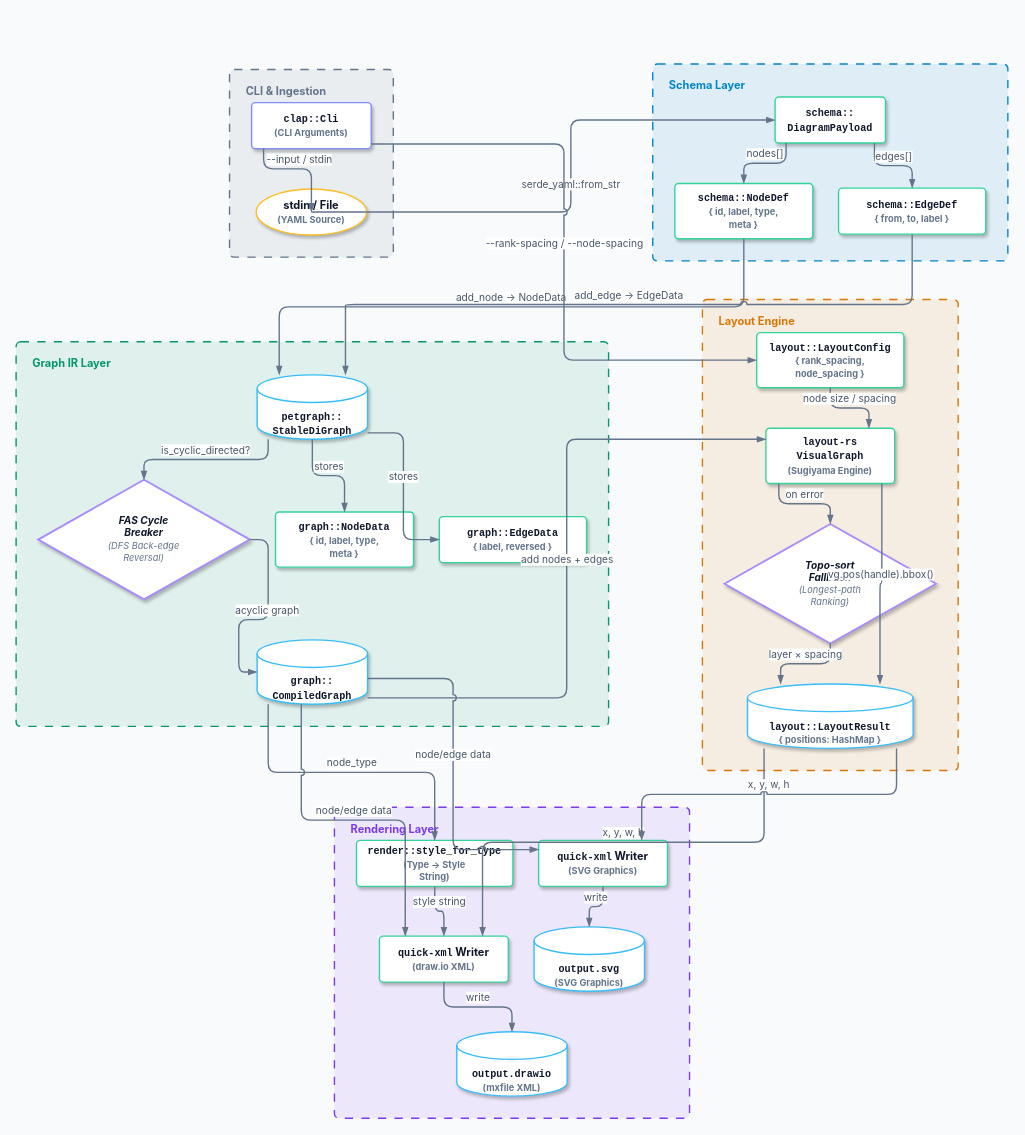
The draw.io diagram docs/lld.drawio in rg12301/rdg, before the edit. Source tidied: cells renumbered, new cells numbered last; positions are measured from the earlier drawing's top-left corner, leaving out a move shared by most shapes. Both pictures are drawn from the tidied source at 92%, with x=0, y=0 at pixel (16, 63).
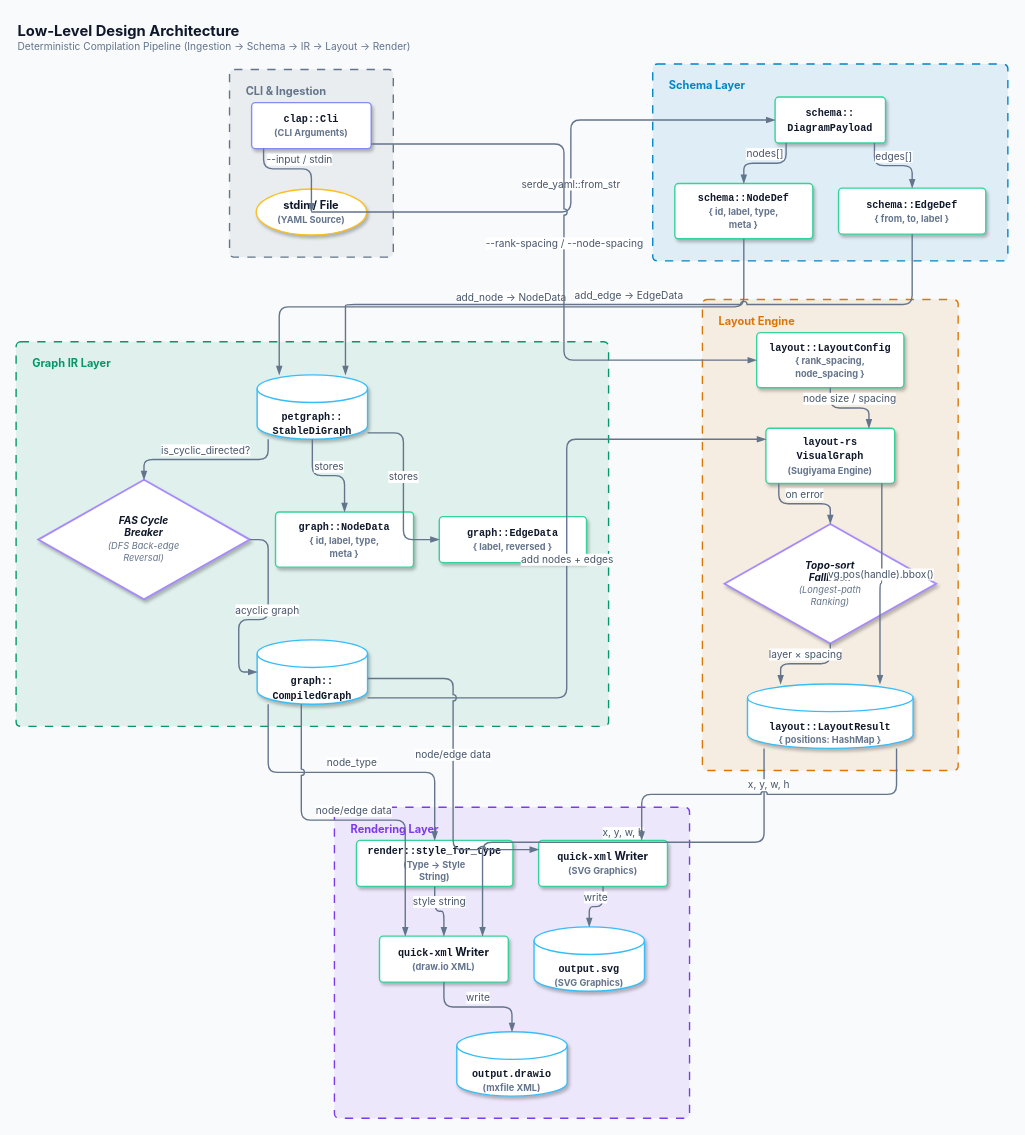
Above is the later version.

Commit message (it also covers changes not shown here):
feat(v1.8): expanded CLI argument help, LLM-resilient YAML schema aliases, and --example/--schema flags

The edit, as a diff of the source:
```diff
@@
+    <mxCell id="50" value="&lt;b&gt;&lt;font style=&quot;font-size:16px;color:#0f172a;&quot;&gt;Low-Level Design Architecture&lt;/font&gt;&lt;/b&gt;&lt;br/&gt;&lt;font style=&quot;font-size:11px;color:#64748b;&quot;&gt;Deterministic Compilation Pipeline (Ingestion → Schema → IR → Layout → Render)&lt;/font&gt;" style="text;html=1;strokeColor=none;fillColor=none;align=left;verticalAlign=top;rounded=0;fontFamily=Inter,Helvetica,sans-serif;" parent="1" vertex="1">
+      <mxGeometry y="-52" width="500" height="40" as="geometry" />
+    </mxCell>
```
